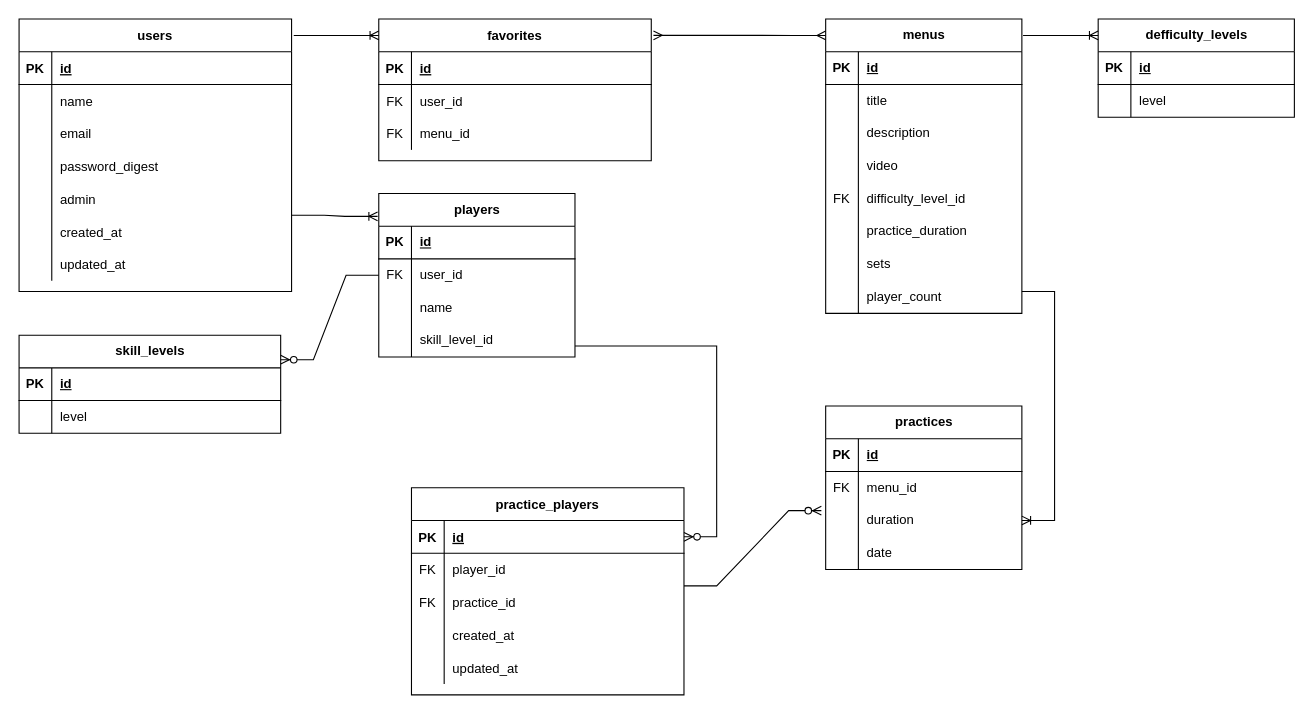
Before: 卒業課題.drawio in yu-tas/achieve, a draw.io diagram. Source tidied: cells renumbered, new cells numbered last; positions are measured from the earlier drawing's top-left corner, leaving out a move shared by most shapes. Both pictures are drawn from the tidied source at 109%, with x=0, y=0 at pixel (19, 19).
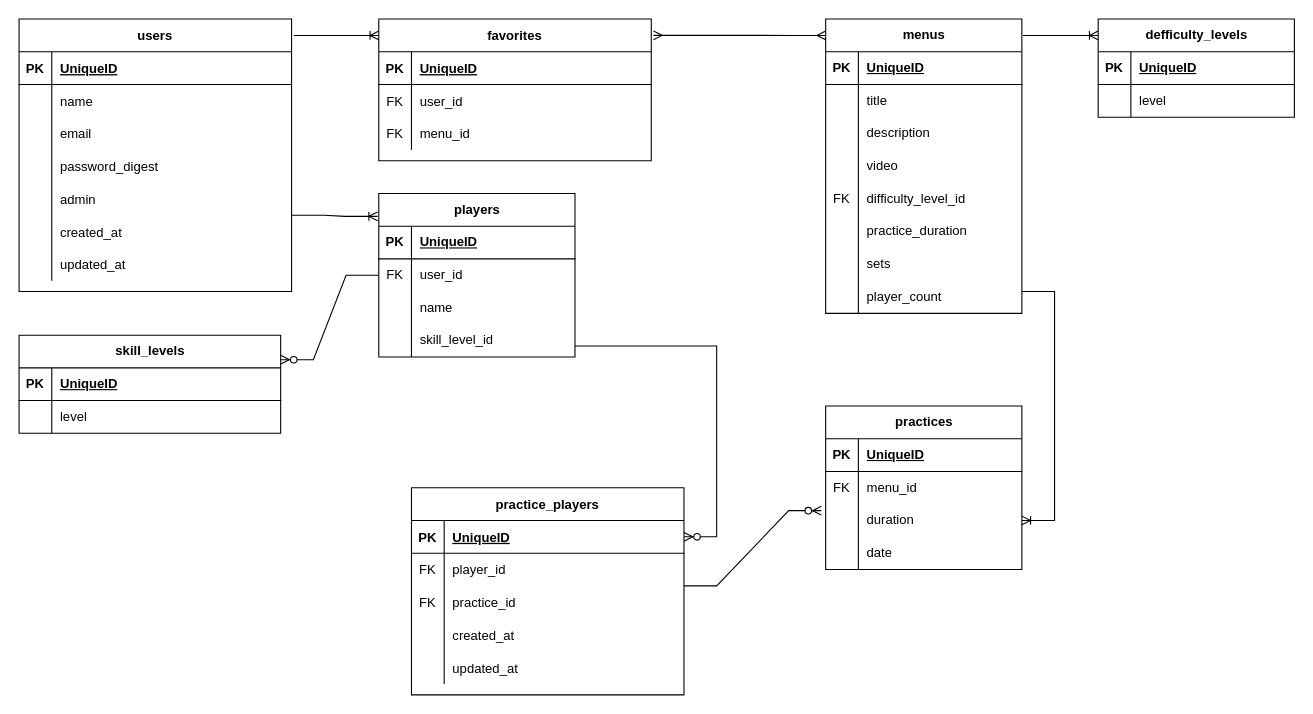
Above is the later version.

Commit message:
卒業課題.drawio を更新します

Unchanged cells that the change refers to:
```xml
<mxCell id="3" style="shape=partialRectangle;fillColor=none;top=0;left=0;right=0;bottom=1;" parent="2" vertex="1">
  <mxGeometry y="30" width="250" height="30" as="geometry" />
</mxCell>
<mxCell id="13" style="shape=partialRectangle;fillColor=none;points=[[0,0.5],[1,0.5]];portConstraint=eastwest;top=0;left=0;right=0;bottom=1;" parent="12" vertex="1">
  <mxGeometry y="30" width="250" height="30" as="geometry" />
</mxCell>
<mxCell id="29" style="shape=partialRectangle;fillColor=none;top=0;left=0;right=0;bottom=1;" parent="28" vertex="1">
  <mxGeometry y="30" width="250" height="30" as="geometry" />
</mxCell>
<mxCell id="51" style="shape=tableRow;horizontal=0;startSize=0;swimlaneHead=0;swimlaneBody=0;fillColor=none;top=0;left=0;right=0;bottom=1;" parent="50" vertex="1">
  <mxGeometry y="30" width="180" height="30" as="geometry" />
</mxCell>
<mxCell id="76" style="shape=tableRow;horizontal=0;startSize=0;swimlaneHead=0;swimlaneBody=0;fillColor=none;top=0;left=0;right=0;bottom=1;" parent="75" vertex="1">
  <mxGeometry y="30" width="180" height="30" as="geometry" />
</mxCell>
<mxCell id="83" style="shape=tableRow;horizontal=0;startSize=0;swimlaneHead=0;swimlaneBody=0;fillColor=none;top=0;left=0;right=0;bottom=1;" parent="82" vertex="1">
  <mxGeometry y="30" width="180" height="30" as="geometry" />
</mxCell>
<mxCell id="96" style="shape=tableRow;horizontal=0;startSize=0;swimlaneHead=0;swimlaneBody=0;fillColor=none;top=0;left=0;right=0;bottom=1;" parent="95" vertex="1">
  <mxGeometry y="30" width="180" height="30" as="geometry" />
</mxCell>
<mxCell id="116" style="shape=tableRow;horizontal=0;startSize=0;swimlaneHead=0;swimlaneBody=0;fillColor=none;top=0;left=0;right=0;bottom=1;" parent="115" vertex="1">
  <mxGeometry y="30" width="240" height="30" as="geometry" />
</mxCell>
```

Diff of the diagram source:
```diff
@@
-    <mxCell id="5" value="id" style="shape=partialRectangle;overflow=hidden;fillColor=none;top=0;left=0;bottom=0;right=0;align=left;spacingLeft=6;fontStyle=5;" parent="3" vertex="1">
+    <mxCell id="5" value="UniqueID" style="shape=partialRectangle;overflow=hidden;fillColor=none;top=0;left=0;bottom=0;right=0;align=left;spacingLeft=6;fontStyle=5;" parent="3" vertex="1">
       <mxGeometry x="30" width="220" height="30" as="geometry" />
     </mxCell>
@@
-    <mxCell id="15" value="id" style="shape=partialRectangle;overflow=hidden;fillColor=none;top=0;left=0;bottom=0;right=0;align=left;spacingLeft=6;fontStyle=5;" parent="13" vertex="1">
+    <mxCell id="15" value="UniqueID" style="shape=partialRectangle;overflow=hidden;fillColor=none;top=0;left=0;bottom=0;right=0;align=left;spacingLeft=6;fontStyle=5;" parent="13" vertex="1">
       <mxGeometry x="30" width="220" height="30" as="geometry" />
     </mxCell>
@@
-    <mxCell id="31" value="id" style="shape=partialRectangle;overflow=hidden;fillColor=none;top=0;left=0;bottom=0;right=0;align=left;spacingLeft=6;fontStyle=5;" parent="29" vertex="1">
+    <mxCell id="31" value="UniqueID" style="shape=partialRectangle;overflow=hidden;fillColor=none;top=0;left=0;bottom=0;right=0;align=left;spacingLeft=6;fontStyle=5;" parent="29" vertex="1">
       <mxGeometry x="30" width="220" height="30" as="geometry" />
     </mxCell>
@@
-    <mxCell id="53" value="id" style="shape=partialRectangle;fillColor=none;top=0;left=0;bottom=0;right=0;align=left;spacingLeft=6;fontStyle=5;overflow=hidden;whiteSpace=wrap;html=1;" parent="51" vertex="1">
+    <mxCell id="53" value="UniqueID" style="shape=partialRectangle;fillColor=none;top=0;left=0;bottom=0;right=0;align=left;spacingLeft=6;fontStyle=5;overflow=hidden;whiteSpace=wrap;html=1;" parent="51" vertex="1">
       <mxGeometry x="30" width="150" height="30" as="geometry" />
     </mxCell>
@@
-    <mxCell id="78" value="id" style="shape=partialRectangle;fillColor=none;top=0;left=0;bottom=0;right=0;align=left;spacingLeft=6;fontStyle=5;overflow=hidden;whiteSpace=wrap;html=1;" parent="76" vertex="1">
+    <mxCell id="78" value="UniqueID" style="shape=partialRectangle;fillColor=none;top=0;left=0;bottom=0;right=0;align=left;spacingLeft=6;fontStyle=5;overflow=hidden;whiteSpace=wrap;html=1;" parent="76" vertex="1">
       <mxGeometry x="30" width="150" height="30" as="geometry" />
     </mxCell>
@@
-    <mxCell id="85" value="id" style="shape=partialRectangle;fillColor=none;top=0;left=0;bottom=0;right=0;align=left;spacingLeft=6;fontStyle=5;overflow=hidden;whiteSpace=wrap;html=1;" parent="83" vertex="1">
+    <mxCell id="85" value="UniqueID" style="shape=partialRectangle;fillColor=none;top=0;left=0;bottom=0;right=0;align=left;spacingLeft=6;fontStyle=5;overflow=hidden;whiteSpace=wrap;html=1;" parent="83" vertex="1">
       <mxGeometry x="30" width="150" height="30" as="geometry" />
     </mxCell>
@@
-    <mxCell id="98" value="id" style="shape=partialRectangle;fillColor=none;top=0;left=0;bottom=0;right=0;align=left;spacingLeft=6;fontStyle=5;overflow=hidden;whiteSpace=wrap;html=1;" parent="96" vertex="1">
+    <mxCell id="98" value="UniqueID" style="shape=partialRectangle;fillColor=none;top=0;left=0;bottom=0;right=0;align=left;spacingLeft=6;fontStyle=5;overflow=hidden;whiteSpace=wrap;html=1;" parent="96" vertex="1">
       <mxGeometry x="30" width="150" height="30" as="geometry" />
     </mxCell>
@@
-    <mxCell id="118" value="id" style="shape=partialRectangle;fillColor=none;top=0;left=0;bottom=0;right=0;align=left;spacingLeft=6;fontStyle=5;overflow=hidden;whiteSpace=wrap;html=1;" parent="116" vertex="1">
+    <mxCell id="118" value="UniqueID" style="shape=partialRectangle;fillColor=none;top=0;left=0;bottom=0;right=0;align=left;spacingLeft=6;fontStyle=5;overflow=hidden;whiteSpace=wrap;html=1;" parent="116" vertex="1">
       <mxGeometry x="30" width="210" height="30" as="geometry" />
     </mxCell>
```
